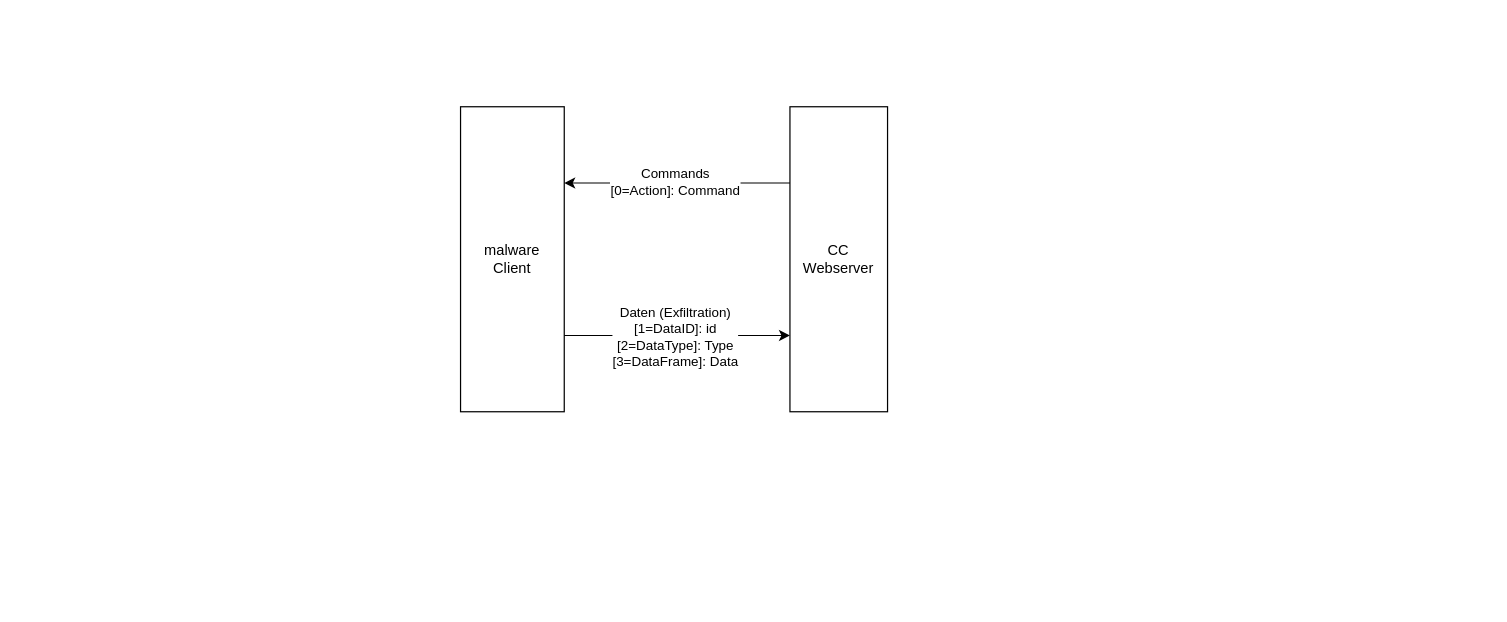
Earlier version of the draw.io diagram doc/malware/traffic.drawio (wenzfe/python-hacking). Source tidied: cells renumbered, new cells numbered last; positions are measured from the earlier drawing's top-left corner, leaving out a move shared by most shapes. Both pictures are drawn from the tidied source at 122%, with x=0, y=0 at pixel (460, 106).
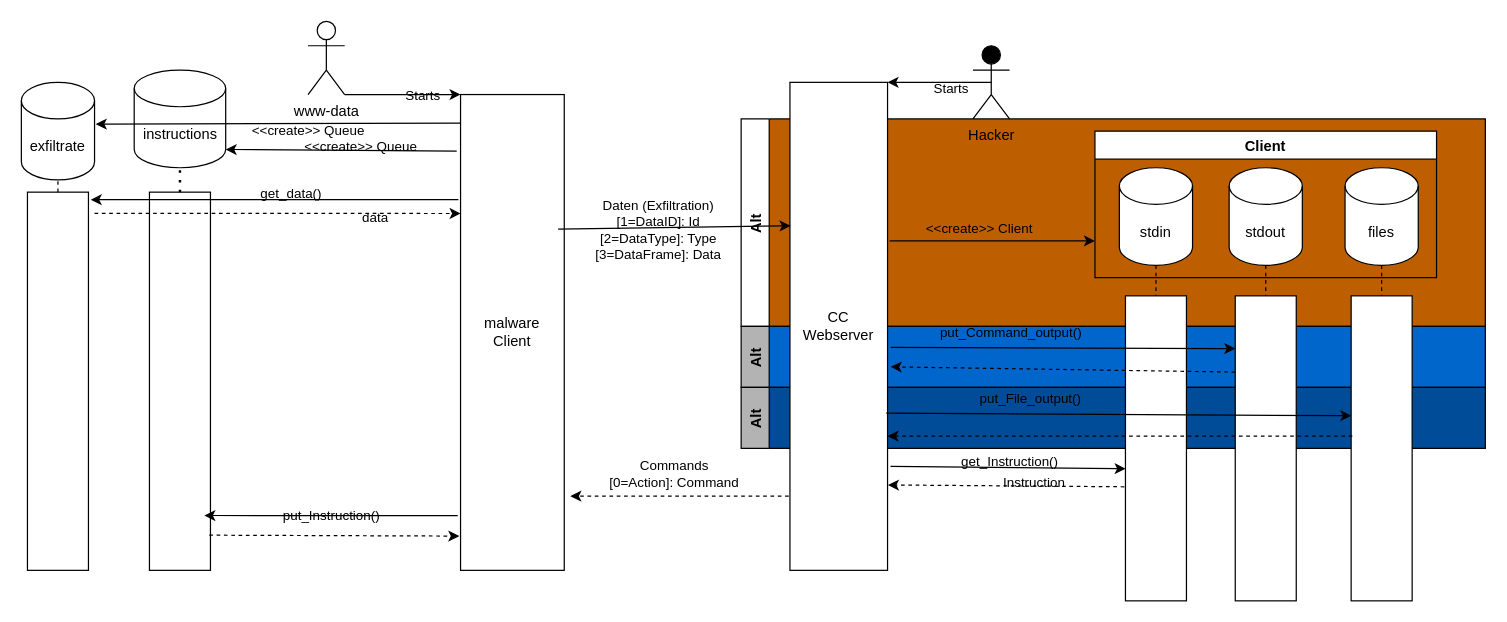
The same page after the edit.

What changed in the source:
```diff
@@
-<mxGraphModel background="#ffffff">
+<mxGraphModel background="#FFFFFF">
@@
+    <mxCell id="8" value="Alt" style="swimlane;horizontal=0;gradientColor=none;swimlaneFillColor=#BD5F00;" parent="1" vertex="1">
+      <mxGeometry x="230" y="10" width="610" height="170" as="geometry" />
+    </mxCell>
+    <mxCell id="9" value="Alt" style="swimlane;horizontal=0;labelBackgroundColor=none;fillColor=#B3B3B3;gradientColor=none;swimlaneFillColor=#0066CC;" parent="1" vertex="1">
+      <mxGeometry x="230" y="180" width="610" height="50" as="geometry" />
+    </mxCell>
     <mxCell id="2" value="malware&lt;br&gt;Client" style="rounded=0;whiteSpace=wrap;html=1;" parent="1" vertex="1">
-      <mxGeometry width="85" height="250" as="geometry" />
+      <mxGeometry y="-10" width="85" height="390" as="geometry" />
     </mxCell>
+    <mxCell id="10" value="Alt" style="swimlane;horizontal=0;labelBackgroundColor=none;fillColor=#B3B3B3;gradientColor=none;swimlaneFillColor=#004C99;" parent="1" vertex="1">
+      <mxGeometry x="230" y="230" width="610" height="50" as="geometry" />
+    </mxCell>
     <mxCell id="3" value="CC&lt;br&gt;Webserver" style="rounded=0;whiteSpace=wrap;html=1;" parent="1" vertex="1">
-      <mxGeometry x="270" width="80" height="250" as="geometry" />
+      <mxGeometry x="270" y="-20" width="80" height="400" as="geometry" />
     </mxCell>
-    <mxCell id="4" style="endArrow=classic;html=1;exitX=0;exitY=0.25;exitDx=0;exitDy=0;entryX=1;entryY=0.25;entryDx=0;entryDy=0;" parent="1" edge="1">
-      <mxGeometry relative="1" as="geometry">
-        <mxPoint x="270" y="62.5" as="sourcePoint" />
-        <mxPoint x="85" y="62.5" as="targetPoint" />
-      </mxGeometry>
-    </mxCell>
+    <mxCell id="6" style="endArrow=classic;html=1;entryX=0.006;entryY=0.294;entryDx=0;entryDy=0;entryPerimeter=0;exitX=0.941;exitY=0.283;exitDx=0;exitDy=0;exitPerimeter=0;strokeColor=#000000;" parent="1" edge="1" source="2" target="3">
+      <mxGeometry relative="1" as="geometry" />
+    </mxCell>
+    <mxCell id="11" value="Daten (Exfiltration)&lt;br&gt;[1=DataID]: Id&lt;br&gt;[2=DataType]: Type&lt;br&gt;[3=DataFrame]: Data" style="edgeLabel;html=1;align=center;verticalAlign=middle;labelBackgroundColor=none;fontColor=#000000;" parent="6" vertex="1">
+      <mxGeometry x="-0.14" y="-1" relative="1" as="geometry" />
+    </mxCell>
+    <mxCell id="12" value="instructions" style="shape=cylinder3;whiteSpace=wrap;html=1;boundedLbl=1;backgroundOutline=1;size=15;" parent="1" vertex="1">
+      <mxGeometry x="-267.5" y="-30" width="75" height="80" as="geometry" />
+    </mxCell>
+    <mxCell id="13" value="Client" style="swimlane;" parent="1" vertex="1">
+      <mxGeometry x="520" y="20" width="280" height="120" as="geometry" />
+    </mxCell>
+    <mxCell id="14" value="stdin" style="shape=cylinder3;whiteSpace=wrap;html=1;boundedLbl=1;backgroundOutline=1;size=15;" parent="13" vertex="1">
+      <mxGeometry x="20" y="30" width="60" height="80" as="geometry" />
+    </mxCell>
+    <mxCell id="15" value="stdout" style="shape=cylinder3;whiteSpace=wrap;html=1;boundedLbl=1;backgroundOutline=1;size=15;" parent="13" vertex="1">
+      <mxGeometry x="110" y="30" width="60" height="80" as="geometry" />
+    </mxCell>
+    <mxCell id="16" value="files" style="shape=cylinder3;whiteSpace=wrap;html=1;boundedLbl=1;backgroundOutline=1;size=15;" parent="13" vertex="1">
+      <mxGeometry x="205" y="30" width="60" height="80" as="geometry" />
+    </mxCell>
+    <mxCell id="17" style="rounded=0;whiteSpace=wrap;html=1;" parent="1" vertex="1">
+      <mxGeometry x="-255" y="70" width="50" height="310" as="geometry" />
+    </mxCell>
+    <mxCell id="18" style="endArrow=none;dashed=1;html=1;dashPattern=1 3;strokeWidth=2;entryX=0.5;entryY=1;entryDx=0;entryDy=0;entryPerimeter=0;exitX=0.5;exitY=0;exitDx=0;exitDy=0;" parent="1" edge="1" source="17" target="12">
+      <mxGeometry relative="1" as="geometry" />
+    </mxCell>
+    <mxCell id="19" value="exfiltrate" style="shape=cylinder3;whiteSpace=wrap;html=1;boundedLbl=1;backgroundOutline=1;size=15;" parent="1" vertex="1">
+      <mxGeometry x="-360" y="-20" width="60" height="80" as="geometry" />
+    </mxCell>
+    <mxCell id="20" style="rounded=0;whiteSpace=wrap;html=1;" parent="1" vertex="1">
+      <mxGeometry x="-355" y="70" width="50" height="310" as="geometry" />
+    </mxCell>
+    <mxCell id="21" value="put_Instruction()" style="endArrow=classic;html=1;exitX=-0.027;exitY=0.885;exitDx=0;exitDy=0;exitPerimeter=0;entryX=0.9;entryY=0.855;entryDx=0;entryDy=0;entryPerimeter=0;labelBackgroundColor=none;fontColor=#000000;strokeColor=#000000;" parent="1" edge="1" source="2" target="17">
+      <mxGeometry relative="1" as="geometry" />
+    </mxCell>
+    <mxCell id="22" style="rounded=0;whiteSpace=wrap;html=1;" parent="1" vertex="1">
+      <mxGeometry x="545" y="155" width="50" height="250" as="geometry" />
+    </mxCell>
+    <mxCell id="23" style="rounded=0;whiteSpace=wrap;html=1;" parent="1" vertex="1">
+      <mxGeometry x="635" y="155" width="50" height="250" as="geometry" />
+    </mxCell>
+    <mxCell id="24" style="rounded=0;whiteSpace=wrap;html=1;" parent="1" vertex="1">
+      <mxGeometry x="730" y="155" width="50" height="250" as="geometry" />
+    </mxCell>
+    <mxCell id="25" style="endArrow=none;dashed=1;html=1;entryX=0.5;entryY=0;entryDx=0;entryDy=0;exitX=0.5;exitY=1;exitDx=0;exitDy=0;exitPerimeter=0;" parent="1" edge="1" source="14" target="22">
+      <mxGeometry relative="1" as="geometry" />
+    </mxCell>
+    <mxCell id="26" style="endArrow=none;dashed=1;html=1;entryX=0.5;entryY=0;entryDx=0;entryDy=0;exitX=0.5;exitY=1;exitDx=0;exitDy=0;exitPerimeter=0;" parent="1" edge="1" source="15" target="23">
+      <mxGeometry relative="1" as="geometry" />
+    </mxCell>
+    <mxCell id="27" style="endArrow=none;dashed=1;html=1;entryX=0.5;entryY=0;entryDx=0;entryDy=0;exitX=0.5;exitY=1;exitDx=0;exitDy=0;exitPerimeter=0;" parent="1" edge="1" source="16" target="24">
+      <mxGeometry relative="1" as="geometry" />
+    </mxCell>
+    <mxCell id="28" style="endArrow=classic;html=1;exitX=-0.021;exitY=0.221;exitDx=0;exitDy=0;exitPerimeter=0;entryX=1.037;entryY=0.02;entryDx=0;entryDy=0;entryPerimeter=0;strokeColor=#000000;" parent="1" edge="1" source="2" target="20">
+      <mxGeometry relative="1" as="geometry" />
+    </mxCell>
+    <mxCell id="29" value="get_data()" style="edgeLabel;html=1;align=center;verticalAlign=middle;fontColor=#000000;labelBackgroundColor=none;" parent="28" vertex="1">
+      <mxGeometry x="-0.53" y="3" relative="1" as="geometry">
+        <mxPoint x="-67" y="-9" as="offset" />
+      </mxGeometry>
+    </mxCell>
+    <mxCell id="30" style="endArrow=classic;html=1;entryX=0;entryY=0.25;entryDx=0;entryDy=0;exitX=1.1;exitY=0.056;exitDx=0;exitDy=0;exitPerimeter=0;dashed=1;strokeColor=#000000;" parent="1" edge="1" source="20" target="2">
+      <mxGeometry relative="1" as="geometry" />
+    </mxCell>
+    <mxCell id="31" value="data" style="edgeLabel;html=1;align=center;verticalAlign=middle;labelBackgroundColor=none;fontColor=#000000;" parent="30" vertex="1">
+      <mxGeometry x="0.53" y="-3" relative="1" as="geometry" />
+    </mxCell>
+    <mxCell id="32" style="endArrow=classic;html=1;dashed=1;entryX=-0.012;entryY=0.928;entryDx=0;entryDy=0;entryPerimeter=0;exitX=0.981;exitY=0.907;exitDx=0;exitDy=0;exitPerimeter=0;strokeColor=#000000;" parent="1" edge="1" source="17" target="2">
+      <mxGeometry relative="1" as="geometry" />
+    </mxCell>
+    <mxCell id="33" value="Hacker" style="shape=umlActor;verticalLabelPosition=bottom;verticalAlign=top;html=1;outlineConnect=0;fontColor=#000000;fillColor=#000000;strokeColor=#000000;" parent="1" vertex="1">
+      <mxGeometry x="420" y="-50" width="30" height="60" as="geometry" />
+    </mxCell>
+    <mxCell id="34" style="endArrow=classic;html=1;exitX=0.5;exitY=0.5;exitDx=0;exitDy=0;exitPerimeter=0;entryX=1;entryY=0;entryDx=0;entryDy=0;strokeColor=#000000;" parent="1" edge="1" source="33" target="3">
+      <mxGeometry relative="1" as="geometry">
+        <Array as="points">
+          <mxPoint x="390" y="-20" />
+        </Array>
+      </mxGeometry>
+    </mxCell>
+    <mxCell id="35" value="Starts" style="edgeLabel;html=1;align=center;verticalAlign=middle;labelBackgroundColor=none;fontColor=#000000;" parent="34" vertex="1">
+      <mxGeometry x="-0.2" y="4" relative="1" as="geometry" />
+    </mxCell>
+    <mxCell id="36" style="endArrow=classic;html=1;entryX=0;entryY=0.75;entryDx=0;entryDy=0;exitX=1.021;exitY=0.325;exitDx=0;exitDy=0;exitPerimeter=0;" parent="1" edge="1" source="3" target="13">
+      <mxGeometry relative="1" as="geometry" />
+    </mxCell>
+    <mxCell id="37" value="&amp;lt;&amp;lt;create&amp;gt;&amp;gt; Client" style="edgeLabel;html=1;align=center;verticalAlign=middle;labelBackgroundColor=none;" parent="36" vertex="1">
+      <mxGeometry x="0.31" y="-2" relative="1" as="geometry">
+        <mxPoint x="-37" y="-13" as="offset" />
+      </mxGeometry>
+    </mxCell>
+    <mxCell id="38" value="www-data" style="shape=umlActor;verticalLabelPosition=bottom;verticalAlign=top;html=1;outlineConnect=0;labelBackgroundColor=none;fontColor=#000000;strokeColor=#000000;" parent="1" vertex="1">
+      <mxGeometry x="-125" y="-70" width="30" height="60" as="geometry" />
+    </mxCell>
+    <mxCell id="39" style="endArrow=classic;html=1;entryX=0;entryY=0;entryDx=0;entryDy=0;exitX=1;exitY=1;exitDx=0;exitDy=0;exitPerimeter=0;strokeColor=#000000;" parent="1" edge="1" source="38" target="2">
+      <mxGeometry relative="1" as="geometry" />
+    </mxCell>
+    <mxCell id="40" value="Starts" style="edgeLabel;html=1;align=center;verticalAlign=middle;labelBackgroundColor=none;fontColor=#000000;" parent="39" vertex="1">
+      <mxGeometry x="0.32" relative="1" as="geometry" />
+    </mxCell>
+    <mxCell id="41" style="endArrow=classic;html=1;exitX=1.03;exitY=0.787;exitDx=0;exitDy=0;entryX=0.003;entryY=0.567;entryDx=0;entryDy=0;entryPerimeter=0;exitPerimeter=0;strokeColor=#000000;labelBackgroundColor=none;fontColor=#000000;" parent="1" edge="1" source="3" target="22">
+      <mxGeometry relative="1" as="geometry" />
+    </mxCell>
+    <mxCell id="42" value="get_Instruction()" style="edgeLabel;html=1;align=center;verticalAlign=middle;labelBackgroundColor=none;fontColor=#000000;" parent="41" vertex="1">
+      <mxGeometry x="0.32" relative="1" as="geometry">
+        <mxPoint x="-30" y="-6" as="offset" />
+      </mxGeometry>
+    </mxCell>
+    <mxCell id="43" style="endArrow=classic;html=1;dashed=1;entryX=1.004;entryY=0.825;entryDx=0;entryDy=0;entryPerimeter=0;exitX=-0.019;exitY=0.626;exitDx=0;exitDy=0;exitPerimeter=0;fontColor=#000000;strokeColor=#000000;" parent="1" edge="1" source="22" target="3">
+      <mxGeometry relative="1" as="geometry" />
+    </mxCell>
+    <mxCell id="44" value="Instruction" style="edgeLabel;html=1;align=center;verticalAlign=middle;labelBackgroundColor=none;fontColor=#000000;" parent="43" vertex="1">
+      <mxGeometry x="-0.23" y="-3" relative="1" as="geometry" />
+    </mxCell>
+    <mxCell id="45" style="endArrow=classic;html=1;exitX=1.033;exitY=0.543;exitDx=0;exitDy=0;exitPerimeter=0;entryX=0.001;entryY=0.173;entryDx=0;entryDy=0;entryPerimeter=0;" parent="1" edge="1" source="3" target="23">
+      <mxGeometry relative="1" as="geometry" />
+    </mxCell>
+    <mxCell id="46" value="put_Command_output()" style="edgeLabel;html=1;align=center;verticalAlign=middle;labelBackgroundColor=none;" parent="45" vertex="1">
+      <mxGeometry x="-0.33" y="2" relative="1" as="geometry">
+        <mxPoint x="3" y="-11" as="offset" />
+      </mxGeometry>
+    </mxCell>
+    <mxCell id="47" style="endArrow=classic;html=1;exitX=0;exitY=0.25;exitDx=0;exitDy=0;entryX=1.033;entryY=0.583;entryDx=0;entryDy=0;entryPerimeter=0;dashed=1;" parent="1" edge="1" source="23" target="3">
+      <mxGeometry relative="1" as="geometry" />
+    </mxCell>
+    <mxCell id="48" style="endArrow=classic;html=1;dashed=1;exitX=0.02;exitY=0.46;exitDx=0;exitDy=0;exitPerimeter=0;entryX=1;entryY=0.725;entryDx=0;entryDy=0;entryPerimeter=0;" parent="1" edge="1" source="24" target="3">
+      <mxGeometry relative="1" as="geometry" />
+    </mxCell>
+    <mxCell id="49" style="endArrow=classic;html=1;entryX=0.003;entryY=0.393;entryDx=0;entryDy=0;entryPerimeter=0;exitX=0.987;exitY=0.678;exitDx=0;exitDy=0;exitPerimeter=0;" parent="1" edge="1" source="3" target="24">
+      <mxGeometry relative="1" as="geometry" />
+    </mxCell>
+    <mxCell id="50" value="put_File_output()" style="edgeLabel;html=1;align=center;verticalAlign=middle;labelBackgroundColor=none;" parent="49" vertex="1">
+      <mxGeometry x="-0.34" y="1" relative="1" as="geometry">
+        <mxPoint x="-8" y="-12" as="offset" />
+      </mxGeometry>
+    </mxCell>
+    <mxCell id="51" style="endArrow=none;dashed=1;html=1;entryX=0.5;entryY=1;entryDx=0;entryDy=0;entryPerimeter=0;exitX=0.5;exitY=0;exitDx=0;exitDy=0;" parent="1" edge="1" source="20" target="19">
+      <mxGeometry relative="1" as="geometry" />
+    </mxCell>
+    <mxCell id="52" style="endArrow=classic;html=1;exitX=-0.004;exitY=0.06;exitDx=0;exitDy=0;exitPerimeter=0;entryX=1.017;entryY=0.428;entryDx=0;entryDy=0;entryPerimeter=0;strokeColor=#000000;" parent="1" edge="1" source="2" target="19">
+      <mxGeometry relative="1" as="geometry" />
+    </mxCell>
+    <mxCell id="53" value="&amp;lt;&amp;lt;create&amp;gt;&amp;gt; Queue" style="edgeLabel;html=1;align=center;verticalAlign=middle;labelBackgroundColor=none;fontColor=#000000;" parent="52" vertex="1">
+      <mxGeometry x="-0.15" y="1" relative="1" as="geometry">
+        <mxPoint x="2" y="5" as="offset" />
+      </mxGeometry>
+    </mxCell>
+    <mxCell id="54" style="endArrow=classic;html=1;entryX=1;entryY=1;entryDx=0;entryDy=-15;entryPerimeter=0;exitX=-0.037;exitY=0.119;exitDx=0;exitDy=0;exitPerimeter=0;strokeColor=#000000;" parent="1" edge="1" source="2" target="12">
+      <mxGeometry relative="1" as="geometry" />
+    </mxCell>
+    <mxCell id="55" value="&amp;lt;&amp;lt;create&amp;gt;&amp;gt; Queue" style="edgeLabel;html=1;align=center;verticalAlign=middle;labelBackgroundColor=none;fontColor=#000000;" parent="54" vertex="1">
+      <mxGeometry x="-0.15" y="2" relative="1" as="geometry">
+        <mxPoint x="1" y="-5" as="offset" />
+      </mxGeometry>
+    </mxCell>
+    <mxCell id="56" style="endArrow=classic;html=1;labelBackgroundColor=#2A2A2A;fontColor=#FFFFFF;exitX=-0.012;exitY=0.848;exitDx=0;exitDy=0;exitPerimeter=0;entryX=1.059;entryY=0.844;entryDx=0;entryDy=0;entryPerimeter=0;dashed=1;strokeColor=#000000;" parent="1" edge="1" source="3" target="2">
+      <mxGeometry relative="1" as="geometry" />
+    </mxCell>
-    <mxCell id="5" value="Commands&lt;br&gt;[0=Action]: Command" style="edgeLabel;html=1;align=center;verticalAlign=middle;" parent="4" vertex="1">
-      <mxGeometry x="0.33" y="-1" relative="1" as="geometry">
-        <mxPoint x="28" as="offset" />
+    <mxCell id="5" value="&lt;span style=&quot;font-family: &amp;quot;helvetica&amp;quot;&quot;&gt;Commands&lt;/span&gt;&lt;br style=&quot;font-family: &amp;quot;helvetica&amp;quot;&quot;&gt;&lt;span style=&quot;font-family: &amp;quot;helvetica&amp;quot;&quot;&gt;[0=Action]: Command&lt;/span&gt;" style="edgeLabel;html=1;align=center;verticalAlign=middle;fontColor=#000000;labelBackgroundColor=none;" parent="56" vertex="1">
+      <mxGeometry x="0.28" y="1" relative="1" as="geometry">
+        <mxPoint x="20" y="-20" as="offset" />
       </mxGeometry>
     </mxCell>
-    <mxCell id="6" style="endArrow=classic;html=1;entryX=0;entryY=0.75;entryDx=0;entryDy=0;exitX=1;exitY=0.75;exitDx=0;exitDy=0;" parent="1" edge="1" source="2" target="3">
-      <mxGeometry relative="1" as="geometry" />
-    </mxCell>
-    <mxCell id="7" value="Daten (Exfiltration)&lt;br&gt;[1=DataID]: id&lt;br&gt;[2=DataType]: Type&lt;br&gt;[3=DataFrame]: Data" style="edgeLabel;html=1;align=center;verticalAlign=middle;" parent="6" vertex="1">
-      <mxGeometry x="-0.52" y="-3" relative="1" as="geometry">
-        <mxPoint x="46" y="-2" as="offset" />
-      </mxGeometry>
-    </mxCell>
```
